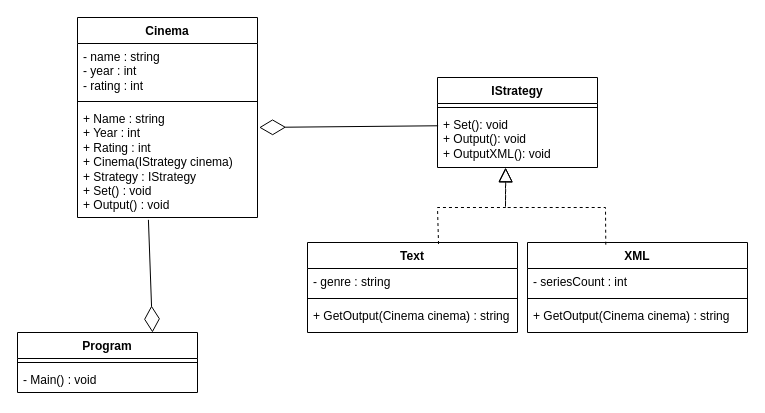
Earlier version of the draw.io diagram sem5/oopsptp/4/diagr.drawio (f1es/lab). Source tidied: cells renumbered, new cells numbered last; positions are measured from the earlier drawing's top-left corner, leaving out a move shared by most shapes. Both pictures are drawn from the tidied source at 100%, with x=0, y=0 at pixel (17, 17).
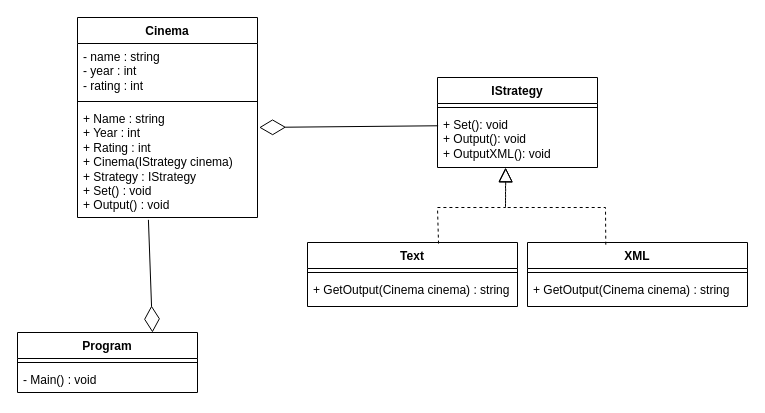
Above is the later version.

What changed in the source:
```diff
@@
     <mxCell id="9" value="Text" style="swimlane;fontStyle=1;align=center;verticalAlign=top;horizontal=1;startSize=26;whiteSpace=wrap;html=1;" parent="1" vertex="1">
-      <mxGeometry x="290" y="225" width="210" height="90" as="geometry" />
+      <mxGeometry x="290" y="225" width="210" height="64" as="geometry" />
     </mxCell>
-    <mxCell id="10" value="- genre : string" style="text;strokeColor=none;fillColor=none;align=left;verticalAlign=top;spacingLeft=4;spacingRight=4;overflow=hidden;whiteSpace=wrap;html=1;" parent="9" vertex="1">
-      <mxGeometry y="26" width="210" height="26" as="geometry" />
-    </mxCell>
     <mxCell id="11" style="line;strokeWidth=1;fillColor=none;align=left;verticalAlign=middle;spacingTop=-1;spacingLeft=3;spacingRight=3;labelPosition=right;strokeColor=inherit;" parent="9" vertex="1">
-      <mxGeometry y="52" width="210" height="8" as="geometry" />
+      <mxGeometry y="26" width="210" height="8" as="geometry" />
     </mxCell>
     <mxCell id="12" value="+ GetOutput(Cinema cinema) : string" style="text;strokeColor=none;fillColor=none;align=left;verticalAlign=top;spacingLeft=4;spacingRight=4;overflow=hidden;whiteSpace=wrap;html=1;" parent="9" vertex="1">
-      <mxGeometry y="60" width="210" height="30" as="geometry" />
+      <mxGeometry y="34" width="210" height="30" as="geometry" />
     </mxCell>
     <mxCell id="13" value="XML" style="swimlane;fontStyle=1;align=center;verticalAlign=top;horizontal=1;startSize=26;whiteSpace=wrap;html=1;" parent="1" vertex="1">
-      <mxGeometry x="510" y="225" width="220" height="90" as="geometry" />
+      <mxGeometry x="510" y="225" width="220" height="64" as="geometry" />
     </mxCell>
-    <mxCell id="14" value="- seriesCount : int" style="text;strokeColor=none;fillColor=none;align=left;verticalAlign=top;spacingLeft=4;spacingRight=4;overflow=hidden;whiteSpace=wrap;html=1;" parent="13" vertex="1">
-      <mxGeometry y="26" width="220" height="26" as="geometry" />
-    </mxCell>
     <mxCell id="15" style="line;strokeWidth=1;fillColor=none;align=left;verticalAlign=middle;spacingTop=-1;spacingLeft=3;spacingRight=3;labelPosition=right;strokeColor=inherit;" parent="13" vertex="1">
-      <mxGeometry y="52" width="220" height="8" as="geometry" />
+      <mxGeometry y="26" width="220" height="8" as="geometry" />
     </mxCell>
     <mxCell id="16" value="+ GetOutput(Cinema cinema) : string" style="text;strokeColor=none;fillColor=none;align=left;verticalAlign=top;spacingLeft=4;spacingRight=4;overflow=hidden;whiteSpace=wrap;html=1;" parent="13" vertex="1">
-      <mxGeometry y="60" width="220" height="30" as="geometry" />
+      <mxGeometry y="34" width="220" height="30" as="geometry" />
     </mxCell>
```
